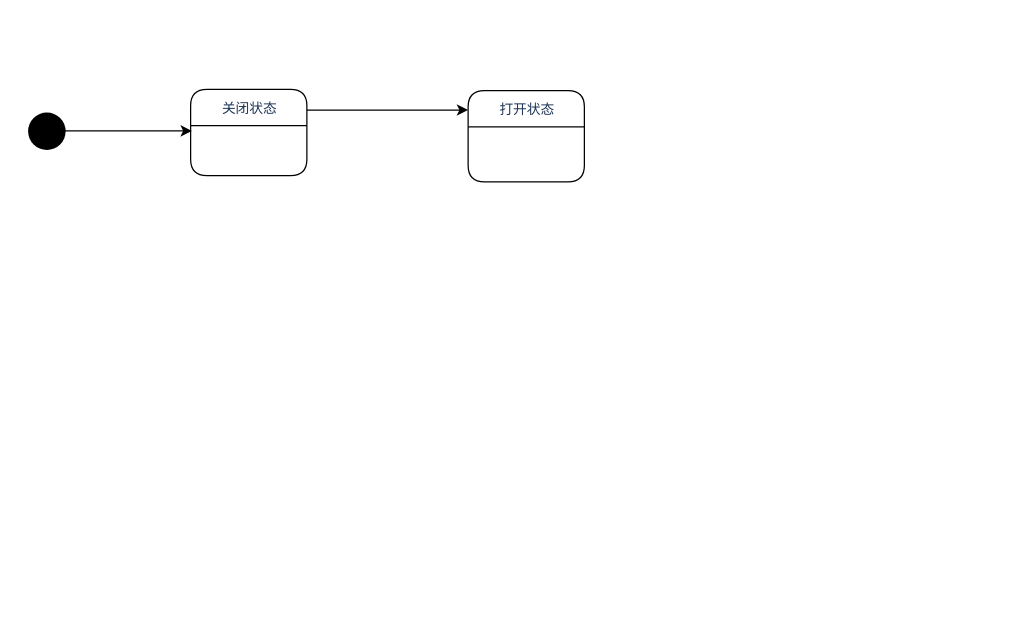
chenzhaoguo/UML keeps this draw.io diagram as page "状态图" (5 of 6) of 03-exam_study/UML考试图.drawio. Above is the earlier version. Source tidied: cells renumbered, new cells numbered last; positions are measured from the earlier drawing's top-left corner, leaving out a move shared by most shapes. Both pictures are drawn from the tidied source at 125%, with x=0, y=0 at pixel (28, 89).
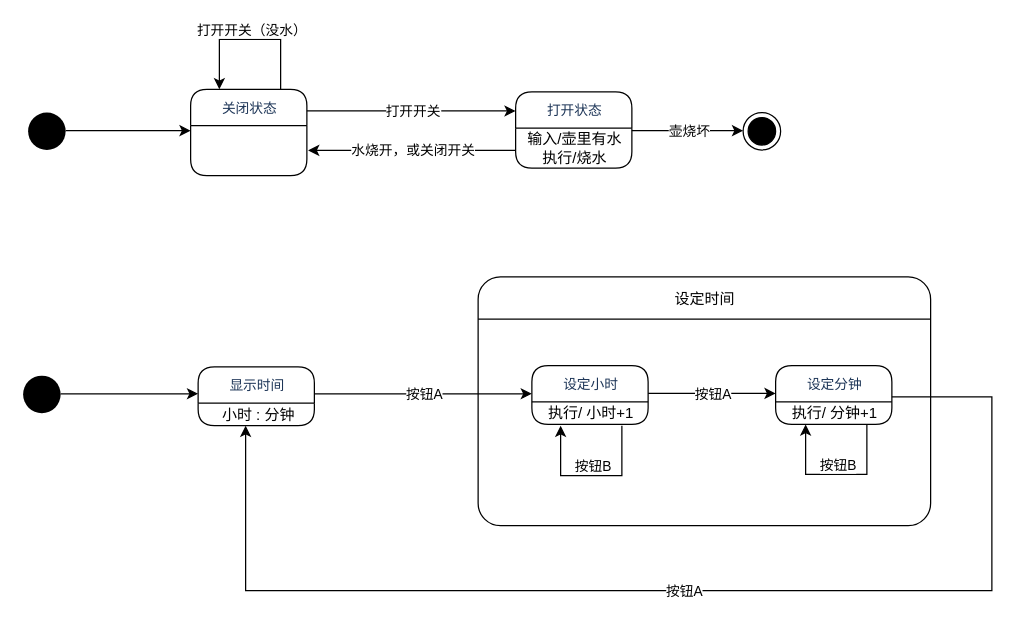
The same diagram, later.

The change refers to these unchanged cells:
```xml
<mxCell id="2" value="&lt;span style=&quot;font-weight: 400;&quot;&gt;关闭状态&lt;/span&gt;" style="swimlane;fontStyle=1;align=center;verticalAlign=middle;horizontal=1;startSize=29;html=1;rounded=1;sketch=0;fontFamily=Helvetica;fontSize=11;fontColor=#1D3557;strokeColor=#000000;fillColor=none;" parent="1" vertex="1">
  <mxGeometry x="130" width="93" height="69" as="geometry" />
</mxCell>
```

What changed in the source:
```diff
@@
+    <mxCell id="7" style="group;" parent="1" vertex="1">
+      <mxGeometry x="360" y="155" width="362" height="199" as="geometry" />
+    </mxCell>
+    <mxCell id="8" style="rounded=1;whiteSpace=wrap;html=1;arcSize=9;" parent="7" vertex="1">
+      <mxGeometry y="-5" width="362" height="199" as="geometry" />
+    </mxCell>
+    <mxCell id="9" style="endArrow=none;html=1;rounded=0;sourcePerimeterSpacing=0;strokeColor=#000000;exitX=0;exitY=0.25;exitDx=0;exitDy=0;entryX=1;entryY=0.25;entryDx=0;entryDy=0;" parent="7" edge="1">
+      <mxGeometry relative="1" as="geometry">
+        <mxPoint y="28.8" as="sourcePoint" />
+        <mxPoint x="362" y="28.8" as="targetPoint" />
+      </mxGeometry>
+    </mxCell>
+    <mxCell id="10" value="设定时间" style="text;html=1;align=center;verticalAlign=middle;strokeColor=none;fillColor=none;" parent="7" vertex="1">
+      <mxGeometry x="152" y="4" width="58" height="18" as="geometry" />
+    </mxCell>
+    <mxCell id="11" value="&lt;span style=&quot;font-weight: 400;&quot;&gt;设定小时&lt;/span&gt;" style="swimlane;fontStyle=1;align=center;verticalAlign=middle;horizontal=1;startSize=29;html=1;rounded=1;sketch=0;fontFamily=Helvetica;fontSize=11;fontColor=#1D3557;strokeColor=#000000;fillColor=none;" parent="7" vertex="1">
+      <mxGeometry x="43" y="66" width="93" height="47" as="geometry" />
+    </mxCell>
+    <mxCell id="12" value="执行/ 小时+1" style="text;html=1;align=center;verticalAlign=middle;strokeColor=none;fillColor=none;" parent="11" vertex="1">
+      <mxGeometry y="29" width="93" height="18" as="geometry" />
+    </mxCell>
+    <mxCell id="13" value="&lt;span style=&quot;font-weight: 400;&quot;&gt;设定分钟&lt;/span&gt;" style="swimlane;fontStyle=1;align=center;verticalAlign=middle;horizontal=1;startSize=29;html=1;rounded=1;sketch=0;fontFamily=Helvetica;fontSize=11;fontColor=#1D3557;strokeColor=#000000;fillColor=none;" parent="7" vertex="1">
+      <mxGeometry x="238" y="66" width="93" height="47" as="geometry" />
+    </mxCell>
+    <mxCell id="14" value="执行/ 分钟+1" style="text;html=1;align=center;verticalAlign=middle;strokeColor=none;fillColor=none;" parent="13" vertex="1">
+      <mxGeometry y="29" width="93" height="18" as="geometry" />
+    </mxCell>
+    <mxCell id="15" style="endArrow=classic;html=1;rounded=0;exitX=1;exitY=0.25;exitDx=0;exitDy=0;" parent="7" edge="1">
+      <mxGeometry relative="1" as="geometry">
+        <mxPoint x="136" y="88.2" as="sourcePoint" />
+        <mxPoint x="238" y="88.2" as="targetPoint" />
+      </mxGeometry>
+    </mxCell>
+    <mxCell id="16" value="按钮A" style="edgeLabel;html=1;align=center;verticalAlign=middle;" parent="15" vertex="1">
+      <mxGeometry relative="1" as="geometry" />
+    </mxCell>
+    <mxCell id="17" style="endArrow=none;html=1;rounded=0;startArrow=classic;startFill=1;endFill=0;" parent="7" edge="1">
+      <mxGeometry relative="1" as="geometry">
+        <mxPoint x="66" y="114" as="sourcePoint" />
+        <mxPoint x="115" y="114" as="targetPoint" />
+        <Array as="points">
+          <mxPoint x="66" y="154" />
+          <mxPoint x="115" y="154" />
+        </Array>
+      </mxGeometry>
+    </mxCell>
+    <mxCell id="18" value="按钮B" style="edgeLabel;html=1;align=center;verticalAlign=middle;" parent="17" vertex="1">
+      <mxGeometry relative="1" as="geometry">
+        <mxPoint y="-8" as="offset" />
+      </mxGeometry>
+    </mxCell>
@@
-    <mxCell id="3" style="edgeStyle=orthogonalEdgeStyle;rounded=0;orthogonalLoop=1;jettySize=auto;html=1;" parent="1" edge="1">
-      <mxGeometry relative="1" as="geometry">
-        <mxPoint x="223" y="16.5" as="sourcePoint" />
-        <mxPoint x="352" y="16.5" as="targetPoint" />
-      </mxGeometry>
-    </mxCell>
-    <mxCell id="4" style="ellipse;fillColor=#000000;strokeColor=none;" parent="1" vertex="1">
+    <mxCell id="4" value="&#10;&#10;&#10;" style="ellipse;fillColor=#000000;strokeColor=none;" parent="1" vertex="1">
       <mxGeometry y="18.5" width="30" height="30" as="geometry" />
     </mxCell>
     <mxCell id="5" value="&lt;span style=&quot;font-weight: 400;&quot;&gt;打开状态&lt;/span&gt;" style="swimlane;fontStyle=1;align=center;verticalAlign=middle;horizontal=1;startSize=29;html=1;rounded=1;sketch=0;fontFamily=Helvetica;fontSize=11;fontColor=#1D3557;strokeColor=#000000;fillColor=none;" parent="1" vertex="1">
-      <mxGeometry x="352" y="1" width="93" height="73" as="geometry" />
+      <mxGeometry x="390" y="2" width="93" height="61" as="geometry" />
     </mxCell>
-    <mxCell id="6" style="edgeStyle=orthogonalEdgeStyle;rounded=0;orthogonalLoop=1;jettySize=auto;html=1;" parent="1" edge="1">
-      <mxGeometry relative="1" as="geometry">
-        <mxPoint x="2" y="33.2" as="sourcePoint" />
-        <mxPoint x="131" y="33.2" as="targetPoint" />
-      </mxGeometry>
-    </mxCell>
+    <mxCell id="19" value="输入/壶里有水&lt;br&gt;执行/烧水" style="text;html=1;align=center;verticalAlign=middle;strokeColor=none;fillColor=none;" parent="5" vertex="1">
+      <mxGeometry y="29" width="93" height="32" as="geometry" />
+    </mxCell>
+    <mxCell id="20" style="ellipse;html=1;shape=endState;fillColor=#000000;strokeColor=#000000;" parent="1" vertex="1">
+      <mxGeometry x="572" y="18.5" width="30" height="30" as="geometry" />
+    </mxCell>
+    <mxCell id="21" style="endArrow=classic;html=1;rounded=0;" parent="1" edge="1">
+      <mxGeometry relative="1" as="geometry">
+        <mxPoint x="30" y="33" as="sourcePoint" />
+        <mxPoint x="130" y="33" as="targetPoint" />
+      </mxGeometry>
+    </mxCell>
+    <mxCell id="22" style="endArrow=classic;html=1;rounded=0;" parent="1" edge="1">
+      <mxGeometry relative="1" as="geometry">
+        <mxPoint x="483" y="33" as="sourcePoint" />
+        <mxPoint x="572" y="33" as="targetPoint" />
+      </mxGeometry>
+    </mxCell>
+    <mxCell id="23" value="壶烧坏" style="edgeLabel;html=1;align=center;verticalAlign=middle;" parent="22" vertex="1">
+      <mxGeometry relative="1" as="geometry" />
+    </mxCell>
+    <mxCell id="24" style="endArrow=none;html=1;rounded=0;startArrow=classic;startFill=1;endFill=0;" parent="1" edge="1">
+      <mxGeometry relative="1" as="geometry">
+        <mxPoint x="153" as="sourcePoint" />
+        <mxPoint x="202" as="targetPoint" />
+        <Array as="points">
+          <mxPoint x="153" y="-40" />
+          <mxPoint x="202" y="-40" />
+        </Array>
+      </mxGeometry>
+    </mxCell>
+    <mxCell id="25" value="打开开关（没水）" style="edgeLabel;html=1;align=center;verticalAlign=middle;" parent="24" vertex="1">
+      <mxGeometry relative="1" as="geometry">
+        <mxPoint y="-8" as="offset" />
+      </mxGeometry>
+    </mxCell>
+    <mxCell id="26" style="endArrow=classic;html=1;rounded=0;entryX=0;entryY=0.25;entryDx=0;entryDy=0;exitX=1;exitY=0.25;exitDx=0;exitDy=0;" parent="1" edge="1" source="2" target="5">
+      <mxGeometry relative="1" as="geometry" />
+    </mxCell>
+    <mxCell id="27" value="打开开关" style="edgeLabel;html=1;align=center;verticalAlign=middle;" parent="26" vertex="1">
+      <mxGeometry relative="1" as="geometry" />
+    </mxCell>
+    <mxCell id="28" style="endArrow=none;html=1;rounded=0;startArrow=classic;startFill=1;endFill=0;fillColor=#d5e8d4;strokeColor=#000000;exitX=1;exitY=0.75;exitDx=0;exitDy=0;entryX=-0.013;entryY=0.583;entryDx=0;entryDy=0;entryPerimeter=0;" parent="1" edge="1">
+      <mxGeometry relative="1" as="geometry">
+        <mxPoint x="224" y="48.8" as="sourcePoint" />
+        <mxPoint x="389.8" y="48.8" as="targetPoint" />
+      </mxGeometry>
+    </mxCell>
+    <mxCell id="29" value="水烧开，或关闭开关" style="edgeLabel;html=1;align=center;verticalAlign=middle;" parent="28" vertex="1">
+      <mxGeometry relative="1" as="geometry" />
+    </mxCell>
+    <mxCell id="30" value="&#10;&#10;&#10;" style="ellipse;fillColor=#000000;strokeColor=none;" parent="1" vertex="1">
+      <mxGeometry x="-4" y="229" width="30" height="30" as="geometry" />
+    </mxCell>
+    <mxCell id="31" value="&lt;span style=&quot;font-weight: 400;&quot;&gt;显示时间&lt;/span&gt;" style="swimlane;fontStyle=1;align=center;verticalAlign=middle;horizontal=1;startSize=29;html=1;rounded=1;sketch=0;fontFamily=Helvetica;fontSize=11;fontColor=#1D3557;strokeColor=#000000;fillColor=none;" parent="1" vertex="1">
+      <mxGeometry x="136" y="222" width="93" height="47" as="geometry" />
+    </mxCell>
+    <mxCell id="32" style="endArrow=classic;html=1;rounded=0;entryX=0;entryY=0.25;entryDx=0;entryDy=0;exitX=1;exitY=0.25;exitDx=0;exitDy=0;" parent="1" edge="1">
+      <mxGeometry relative="1" as="geometry">
+        <mxPoint x="26" y="243.5" as="sourcePoint" />
+        <mxPoint x="136" y="243.5" as="targetPoint" />
+      </mxGeometry>
+    </mxCell>
+    <mxCell id="33" style="endArrow=classic;html=1;rounded=0;exitX=1;exitY=0.25;exitDx=0;exitDy=0;" parent="1" edge="1">
+      <mxGeometry relative="1" as="geometry">
+        <mxPoint x="229" y="243.5" as="sourcePoint" />
+        <mxPoint x="403" y="243.5" as="targetPoint" />
+      </mxGeometry>
+    </mxCell>
+    <mxCell id="34" value="按钮A" style="edgeLabel;html=1;align=center;verticalAlign=middle;" parent="33" vertex="1">
+      <mxGeometry relative="1" as="geometry" />
+    </mxCell>
+    <mxCell id="35" style="endArrow=none;html=1;rounded=0;startArrow=classic;startFill=1;endFill=0;" parent="1" edge="1">
+      <mxGeometry relative="1" as="geometry">
+        <mxPoint x="174" y="269" as="sourcePoint" />
+        <mxPoint x="691" y="246" as="targetPoint" />
+        <Array as="points">
+          <mxPoint x="174" y="401" />
+          <mxPoint x="771" y="401" />
+          <mxPoint x="771" y="246" />
+        </Array>
+      </mxGeometry>
+    </mxCell>
+    <mxCell id="36" value="按钮A" style="edgeLabel;html=1;align=center;verticalAlign=middle;" parent="35" vertex="1">
+      <mxGeometry relative="1" as="geometry" />
+    </mxCell>
+    <mxCell id="37" style="endArrow=none;html=1;rounded=0;startArrow=classic;startFill=1;endFill=0;" parent="1" edge="1">
+      <mxGeometry relative="1" as="geometry">
+        <mxPoint x="622" y="268" as="sourcePoint" />
+        <mxPoint x="671" y="268" as="targetPoint" />
+        <Array as="points">
+          <mxPoint x="622" y="308" />
+          <mxPoint x="671" y="308" />
+        </Array>
+      </mxGeometry>
+    </mxCell>
+    <mxCell id="38" value="按钮B" style="edgeLabel;html=1;align=center;verticalAlign=middle;" parent="37" vertex="1">
+      <mxGeometry relative="1" as="geometry">
+        <mxPoint y="-8" as="offset" />
+      </mxGeometry>
+    </mxCell>
+    <mxCell id="39" value="小时 : 分钟" style="text;html=1;align=center;verticalAlign=middle;strokeColor=none;fillColor=none;" parent="1" vertex="1">
+      <mxGeometry x="150" y="252" width="68" height="18" as="geometry" />
+    </mxCell>
```
